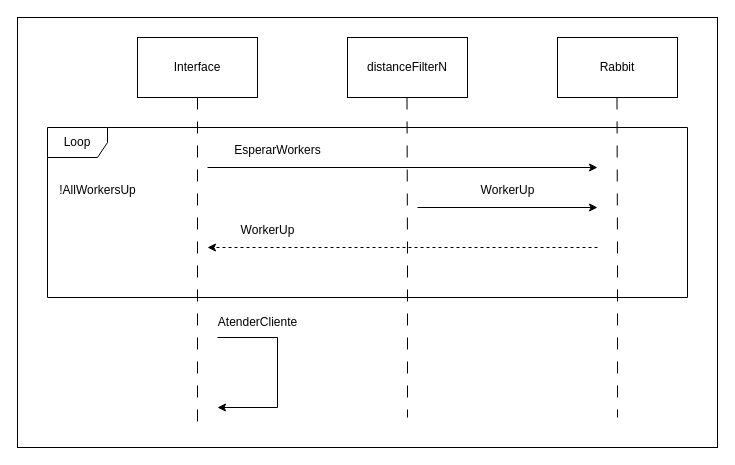
The draw.io diagram page "AltaWorkers" (1 of 5) of docs/diagramas/SecuenciaDistribuidos.drawio in FranciscoPereira987/tp1-distribuidos-grupo5, before the edit. Source tidied: cells renumbered, new cells numbered last; positions are measured from the earlier drawing's top-left corner, leaving out a move shared by most shapes. Both pictures are drawn from the tidied source at 100%, with x=0, y=0 at pixel (17, 17).
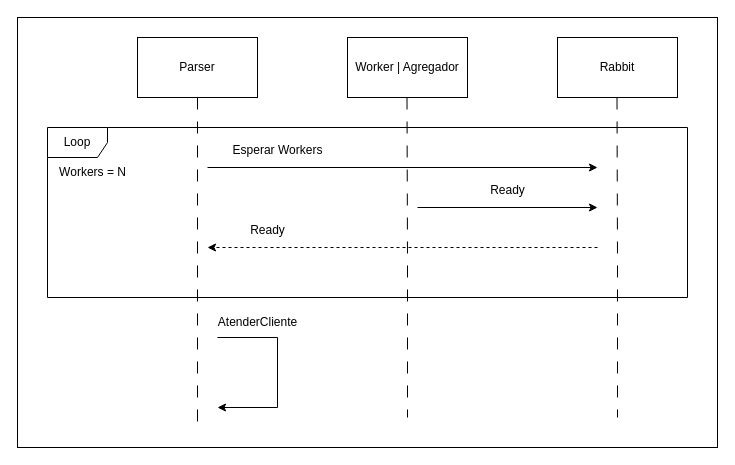
Above is the later version.

What changed in the source:
```diff
@@
+    <mxCell id="18" style="rounded=0;whiteSpace=wrap;html=1;fillColor=none;" parent="1" vertex="1">
+      <mxGeometry width="700" height="430" as="geometry" />
+    </mxCell>
@@
-    <mxCell id="3" value="Interface" style="rounded=0;whiteSpace=wrap;html=1;" parent="1" vertex="1">
+    <mxCell id="3" value="Parser" style="rounded=0;whiteSpace=wrap;html=1;" parent="1" vertex="1">
       <mxGeometry x="120" y="20" width="120" height="60" as="geometry" />
     </mxCell>
-    <mxCell id="4" value="distanceFilterN" style="rounded=0;whiteSpace=wrap;html=1;" parent="1" vertex="1">
+    <mxCell id="4" value="Worker | Agregador" style="rounded=0;whiteSpace=wrap;html=1;" parent="1" vertex="1">
       <mxGeometry x="330" y="20" width="120" height="60" as="geometry" />
     </mxCell>
@@
-    <mxCell id="9" value="EsperarWorkers" style="text;html=1;align=center;verticalAlign=middle;strokeColor=none;fillColor=none;" parent="1" vertex="1">
-      <mxGeometry x="205" y="118" width="110" height="30" as="geometry" />
+    <mxCell id="9" value="Esperar Workers" style="text;html=1;align=center;verticalAlign=middle;strokeColor=none;fillColor=none;" parent="1" vertex="1">
+      <mxGeometry x="200" y="118" width="120" height="30" as="geometry" />
     </mxCell>
@@
-    <mxCell id="11" value="WorkerUp" style="text;html=1;align=center;verticalAlign=middle;strokeColor=none;fillColor=none;" parent="1" vertex="1">
-      <mxGeometry x="450" y="158" width="80" height="30" as="geometry" />
+    <mxCell id="11" value="Ready" style="text;html=1;align=center;verticalAlign=middle;strokeColor=none;fillColor=none;" parent="1" vertex="1">
+      <mxGeometry x="460" y="158" width="60" height="30" as="geometry" />
     </mxCell>
@@
-    <mxCell id="13" value="WorkerUp" style="text;html=1;align=center;verticalAlign=middle;strokeColor=none;fillColor=none;" parent="1" vertex="1">
-      <mxGeometry x="210" y="198" width="80" height="30" as="geometry" />
+    <mxCell id="13" value="Ready" style="text;html=1;align=center;verticalAlign=middle;strokeColor=none;fillColor=none;" parent="1" vertex="1">
+      <mxGeometry x="220" y="198" width="60" height="30" as="geometry" />
     </mxCell>
@@
-    <mxCell id="15" value="!AllWorkersUp" style="text;html=1;align=center;verticalAlign=middle;strokeColor=none;fillColor=none;" parent="1" vertex="1">
-      <mxGeometry x="30" y="158" width="100" height="30" as="geometry" />
+    <mxCell id="15" value="Workers = N" style="text;html=1;align=center;verticalAlign=middle;strokeColor=none;fillColor=none;" parent="1" vertex="1">
+      <mxGeometry x="30" y="140" width="90" height="30" as="geometry" />
     </mxCell>
@@
-    <mxCell id="18" style="rounded=0;whiteSpace=wrap;html=1;fillColor=none;" parent="1" vertex="1">
-      <mxGeometry width="700" height="430" as="geometry" />
-    </mxCell>
```
